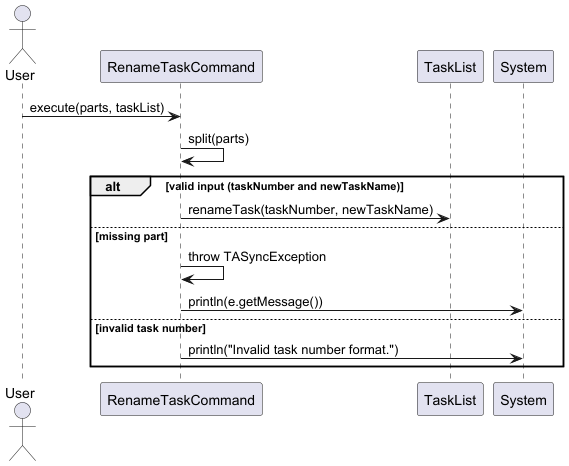
wongyihao02/tp keeps this PlantUML diagram as docs/diagrams/tasklistcommands/RenameTaskCommandSequenceDiagram.png. Above is the earlier version.
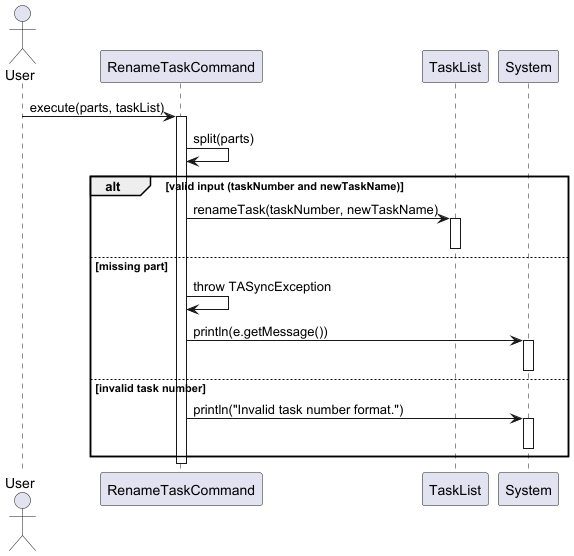
The same diagram one commit later.

The edit, as a diff of the source:
```diff
@@ -7,15 +7,24 @@
 participant "System" as Console
 
 User -> RenameCmd : execute(parts, taskList)
+activate RenameCmd
 
 RenameCmd -> RenameCmd : split(parts)
+
 alt valid input (taskNumber and newTaskName)
     RenameCmd -> TaskList : renameTask(taskNumber, newTaskName)
+    activate TaskList
+    deactivate TaskList
 else missing part
     RenameCmd -> RenameCmd : throw TASyncException
     RenameCmd -> Console : println(e.getMessage())
+    activate Console
+    deactivate Console
 else invalid task number
     RenameCmd -> Console : println("Invalid task number format.")
+    activate Console
+    deactivate Console
 end
 
+deactivate RenameCmd
 @enduml
```
